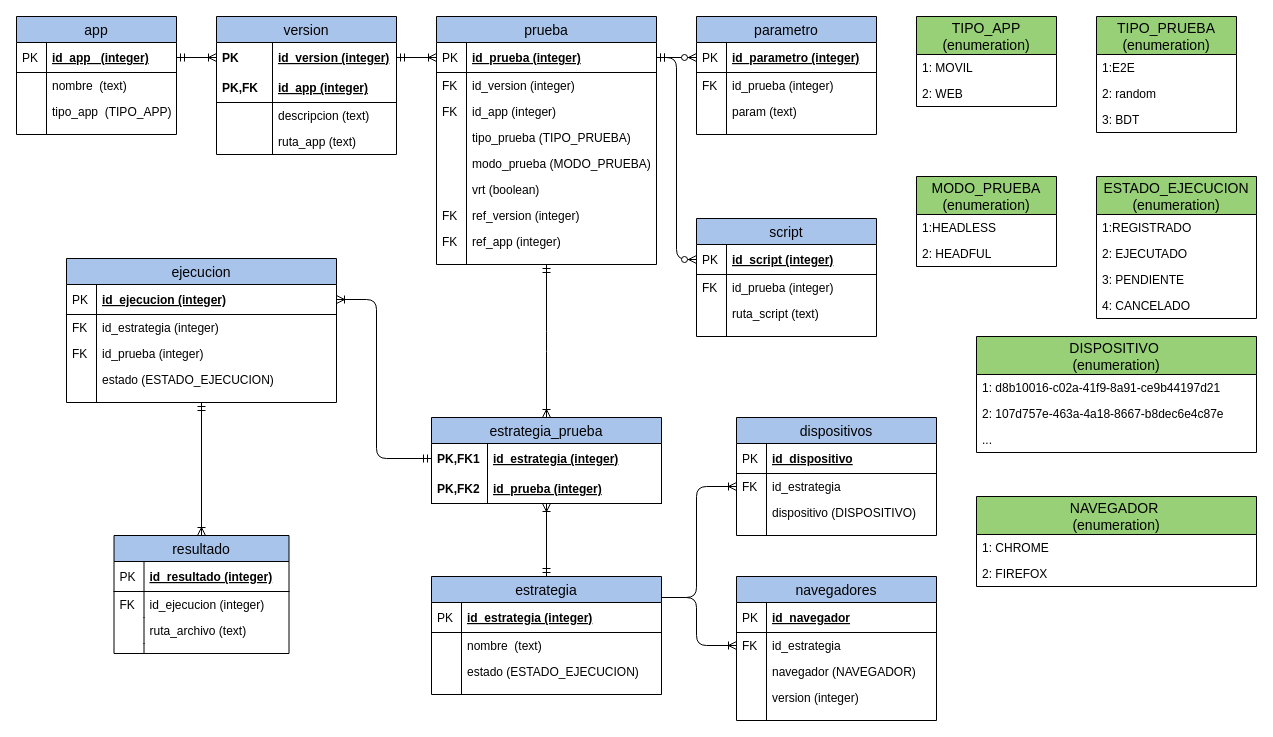
This is Imagenes/sprint3/Modelo datos.drawio from proyectosuniandes/Proyecto-MISO4208, a draw.io file, before an edit. Source tidied: cells renumbered, new cells numbered last; positions are measured from the earlier drawing's top-left corner, leaving out a move shared by most shapes. Both pictures are drawn from the tidied source at 100%, with x=0, y=0 at pixel (16, 16).
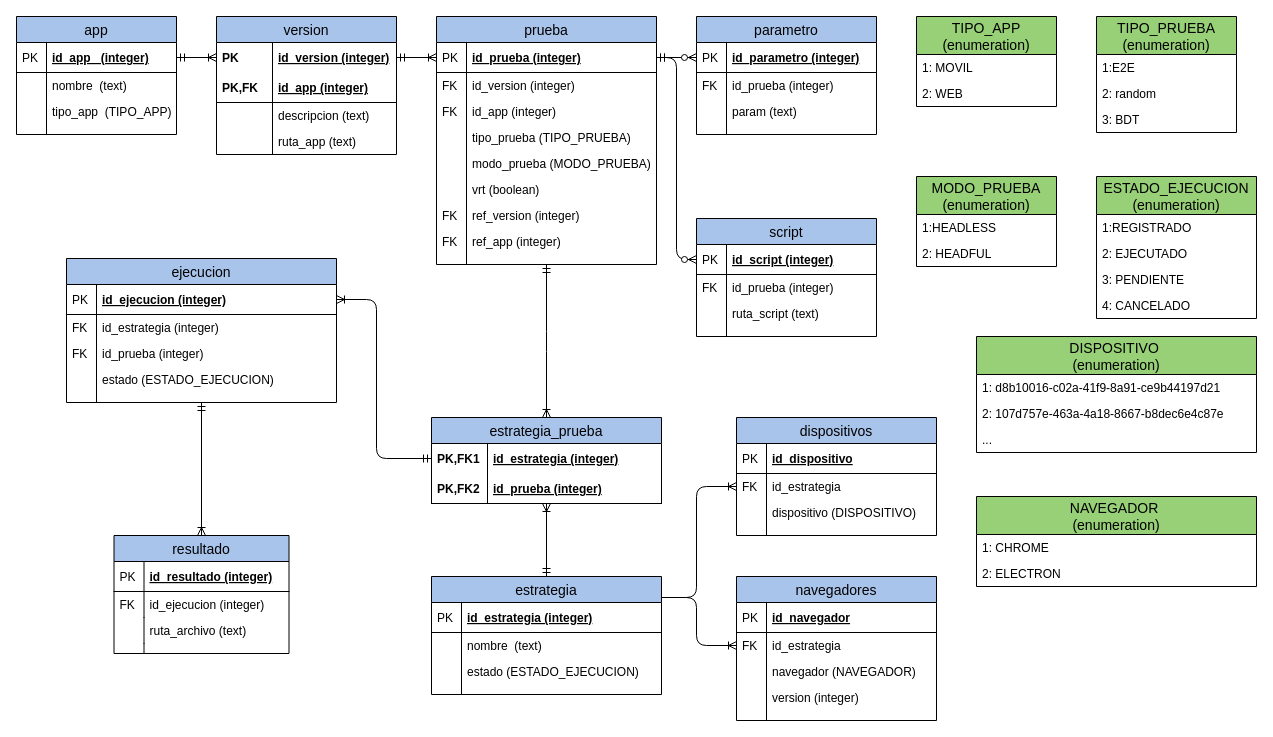
After the change.

Commit message (it also covers changes not shown here):
Cambio modelo datos

The change refers to these unchanged cells:
```xml
<mxCell id="79" value="NAVEGADOR &#10;(enumeration)" style="swimlane;fontStyle=0;horizontal=1;startSize=38;fillColor=#97D077;swimlaneFillColor=#ffffff;align=center;fontSize=14;" parent="1" vertex="1">
  <mxGeometry x="960" y="480" width="280" height="90" as="geometry" />
</mxCell>
```

Diff of the diagram source:
```diff
@@
-    <mxCell id="81" value="2: FIREFOX" style="text;strokeColor=none;fillColor=none;spacingLeft=4;spacingRight=4;overflow=hidden;fontSize=12;" parent="79" vertex="1">
+    <mxCell id="81" value="2: ELECTRON" style="text;strokeColor=none;fillColor=none;spacingLeft=4;spacingRight=4;overflow=hidden;fontSize=12;" parent="79" vertex="1">
       <mxGeometry y="64" width="280" height="26" as="geometry" />
     </mxCell>
```
